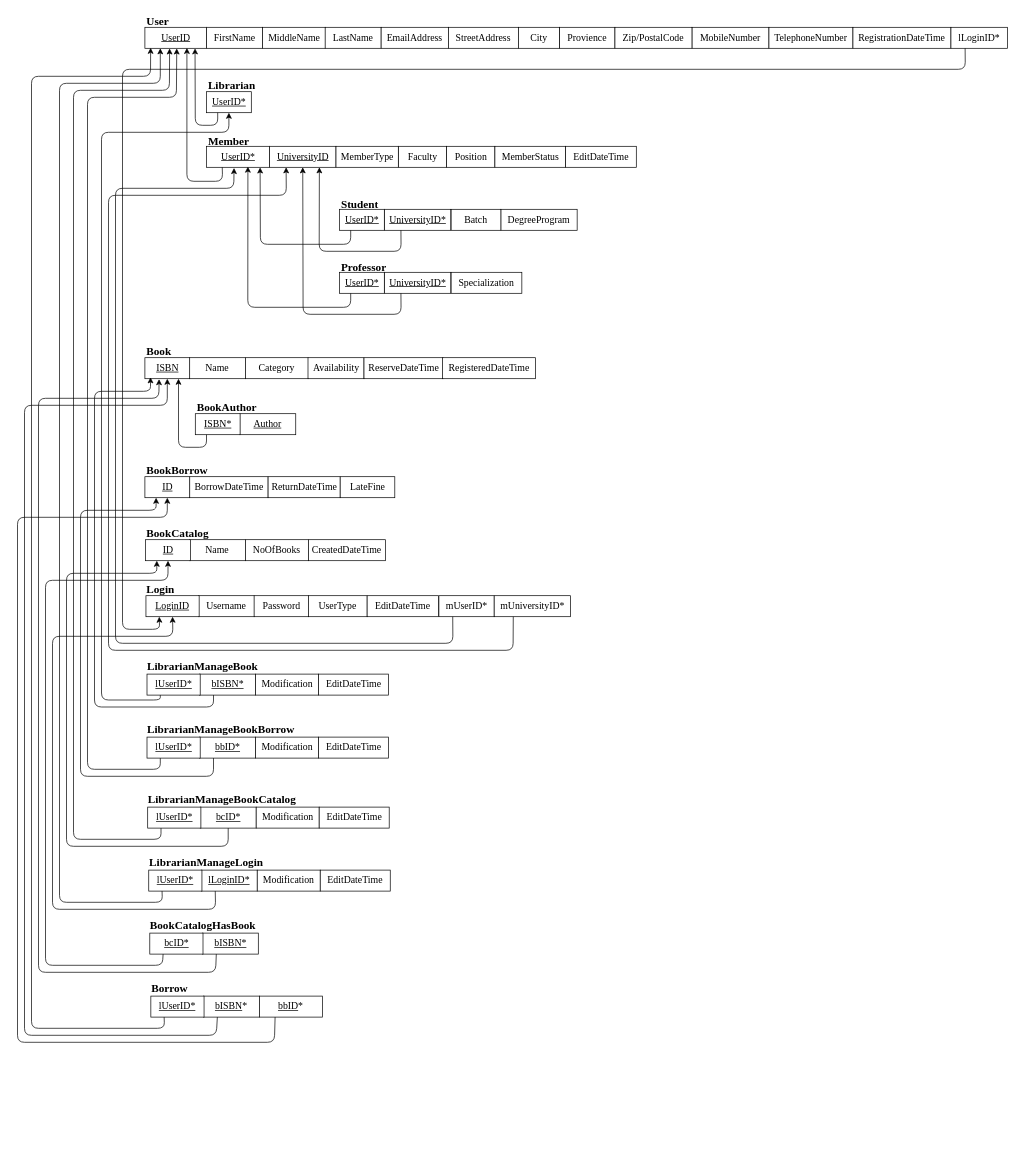
This is Documentation/Database/2.RelationalMapping/lsulibraryDB_RelationalMapping.drawio from hvlhasanka/Pearson_HND_Computing_Y1S2-Unit10_Web_Design_and_Development, a draw.io file, before an edit. Source tidied: cells renumbered, new cells numbered last; positions are measured from the earlier drawing's top-left corner, leaving out a move shared by most shapes. Both pictures are drawn from the tidied source at 70%, with x=0, y=0 at pixel (17, 12).
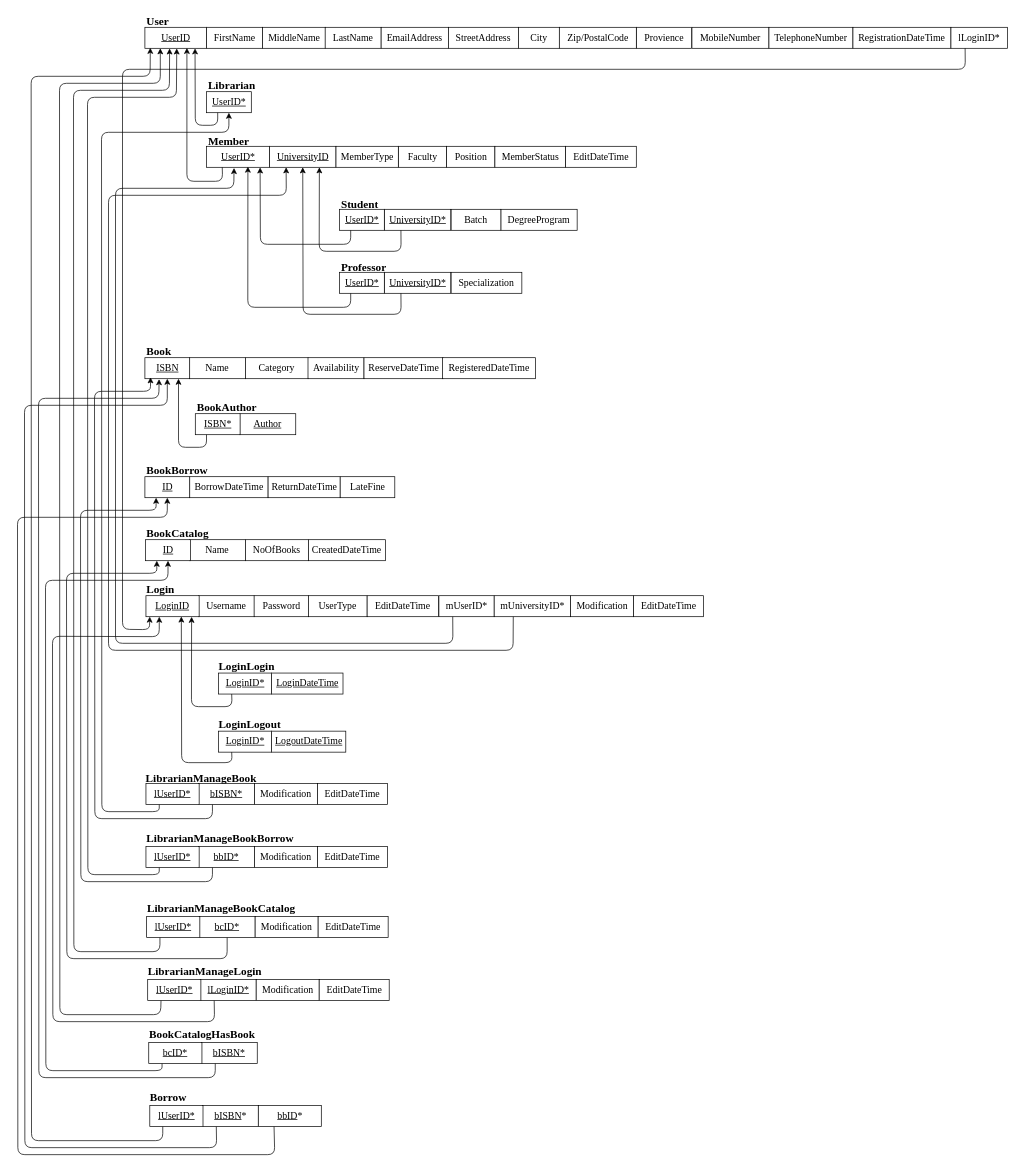
The same page after the edit.

The change refers to these unchanged cells:
```xml
<mxCell id="8" value="UserID" style="rounded=0;whiteSpace=wrap;html=1;fontSize=14;fontFamily=Times New Roman;fontStyle=4;" parent="1" vertex="1">
  <mxGeometry x="182.5" y="21.5" width="88" height="30" as="geometry" />
</mxCell>
<mxCell id="16" value="UserID*" style="rounded=0;whiteSpace=wrap;html=1;fontSize=14;fontFamily=Times New Roman;fontStyle=4;" parent="1" vertex="1">
  <mxGeometry x="270.5" y="113.5" width="64" height="30" as="geometry" />
</mxCell>
<mxCell id="45" value="ISBN" style="rounded=0;whiteSpace=wrap;html=1;fontSize=14;fontFamily=Times New Roman;fontStyle=4;" parent="1" vertex="1">
  <mxGeometry x="182.5" y="493.5" width="64" height="30" as="geometry" />
</mxCell>
<mxCell id="54" value="ID" style="rounded=0;whiteSpace=wrap;html=1;fontSize=14;fontFamily=Times New Roman;fontStyle=4;" parent="1" vertex="1">
  <mxGeometry x="182.5" y="663.5" width="64" height="30" as="geometry" />
</mxCell>
<mxCell id="59" value="ID" style="rounded=0;whiteSpace=wrap;html=1;fontSize=14;fontFamily=Times New Roman;fontStyle=4;" parent="1" vertex="1">
  <mxGeometry x="183.5" y="753.5" width="64" height="30" as="geometry" />
</mxCell>
<mxCell id="64" value="LoginID" style="rounded=0;whiteSpace=wrap;html=1;fontSize=14;fontFamily=Times New Roman;fontStyle=4;" parent="1" vertex="1">
  <mxGeometry x="184" y="833.5" width="76" height="30" as="geometry" />
</mxCell>
<mxCell id="67" value="lLoginID*" style="rounded=0;whiteSpace=wrap;html=1;fontSize=14;fontFamily=Times New Roman;" parent="1" vertex="1">
  <mxGeometry x="1334" y="21.5" width="81" height="30" as="geometry" />
</mxCell>
```

The edit, as a diff of the source:
```diff
@@
     <mxCell id="12" value="Provience" style="rounded=0;whiteSpace=wrap;html=1;fontSize=14;fontFamily=Times New Roman;" parent="1" vertex="1">
-      <mxGeometry x="775" y="21.5" width="79" height="30" as="geometry" />
+      <mxGeometry x="884.5" y="21.5" width="79" height="30" as="geometry" />
     </mxCell>
     <mxCell id="13" value="Zip/PostalCode" style="rounded=0;whiteSpace=wrap;html=1;fontSize=14;fontFamily=Times New Roman;" parent="1" vertex="1">
-      <mxGeometry x="854" y="21.5" width="110" height="30" as="geometry" />
+      <mxGeometry x="774.5" y="21.5" width="110" height="30" as="geometry" />
     </mxCell>
@@
-    <mxCell id="68" style="endArrow=classic;html=1;exitX=0.25;exitY=1;exitDx=0;exitDy=0;entryX=0.25;entryY=1;entryDx=0;entryDy=0;" parent="1" edge="1" source="67" target="64">
+    <mxCell id="68" style="endArrow=classic;html=1;exitX=0.25;exitY=1;exitDx=0;exitDy=0;entryX=0.072;entryY=0.998;entryDx=0;entryDy=0;entryPerimeter=0;" parent="1" edge="1" source="67" target="64">
       <mxGeometry relative="1" as="geometry">
         <Array as="points">
           <mxPoint x="1354.5" y="81.5" />
           <mxPoint x="150.5" y="81.5" />
           <mxPoint x="150.5" y="881.5" />
-          <mxPoint x="203.5" y="881.5" />
+          <mxPoint x="189" y="882" />
         </Array>
       </mxGeometry>
     </mxCell>
     <mxCell id="69" value="&lt;font face=&quot;Times New Roman&quot;&gt;LibrarianManageBook&lt;/font&gt;" style="text;html=1;align=left;verticalAlign=top;spacingTop=-4;fontSize=16;fontStyle=1;" parent="1" vertex="1">
-      <mxGeometry x="184" y="921.5" width="160" height="20" as="geometry" />
+      <mxGeometry x="181.5" y="1082" width="160" height="20" as="geometry" />
     </mxCell>
     <mxCell id="70" value="&lt;u&gt;bISBN*&lt;/u&gt;" style="rounded=0;whiteSpace=wrap;html=1;fontSize=14;fontFamily=Times New Roman;" parent="1" vertex="1">
-      <mxGeometry x="260.5" y="945.5" width="80" height="30" as="geometry" />
+      <mxGeometry x="259" y="1102" width="80" height="30" as="geometry" />
     </mxCell>
     <mxCell id="71" value="lUserID*" style="rounded=0;whiteSpace=wrap;html=1;fontSize=14;fontFamily=Times New Roman;fontStyle=4;" parent="1" vertex="1">
-      <mxGeometry x="185.5" y="945.5" width="76" height="30" as="geometry" />
+      <mxGeometry x="184" y="1102" width="76" height="30" as="geometry" />
     </mxCell>
     <mxCell id="72" value="Modification" style="rounded=0;whiteSpace=wrap;html=1;fontSize=14;fontFamily=Times New Roman;" parent="1" vertex="1">
-      <mxGeometry x="340.5" y="945.5" width="90" height="30" as="geometry" />
+      <mxGeometry x="339" y="1102" width="90" height="30" as="geometry" />
     </mxCell>
     <mxCell id="73" value="EditDateTime" style="rounded=0;whiteSpace=wrap;html=1;fontSize=14;fontFamily=Times New Roman;" parent="1" vertex="1">
-      <mxGeometry x="430.5" y="945.5" width="100" height="30" as="geometry" />
+      <mxGeometry x="429" y="1102" width="100" height="30" as="geometry" />
     </mxCell>
     <mxCell id="74" style="endArrow=classic;html=1;entryX=0.5;entryY=1;entryDx=0;entryDy=0;exitX=0.25;exitY=1;exitDx=0;exitDy=0;" parent="1" edge="1" source="71" target="16">
       <mxGeometry relative="1" as="geometry">
         <Array as="points">
-          <mxPoint x="204.5" y="982.5" />
-          <mxPoint x="120.5" y="982.5" />
+          <mxPoint x="203" y="1142" />
+          <mxPoint x="121" y="1142" />
           <mxPoint x="120.5" y="171.5" />
           <mxPoint x="302.5" y="171.5" />
         </Array>
       </mxGeometry>
     </mxCell>
     <mxCell id="75" style="endArrow=classic;html=1;exitX=0.25;exitY=1;exitDx=0;exitDy=0;entryX=0.125;entryY=0.933;entryDx=0;entryDy=0;entryPerimeter=0;" parent="1" edge="1" source="70" target="45">
       <mxGeometry relative="1" as="geometry">
         <Array as="points">
-          <mxPoint x="280.5" y="992.5" />
-          <mxPoint x="110.5" y="992.5" />
+          <mxPoint x="279" y="1152" />
+          <mxPoint x="111" y="1152" />
           <mxPoint x="110.5" y="541.5" />
           <mxPoint x="190.5" y="541.5" />
         </Array>
       </mxGeometry>
     </mxCell>
     <mxCell id="76" value="&lt;font face=&quot;Times New Roman&quot;&gt;LibrarianManageBookBorrow&lt;/font&gt;" style="text;html=1;align=left;verticalAlign=top;spacingTop=-4;fontSize=16;fontStyle=1;" parent="1" vertex="1">
-      <mxGeometry x="184" y="1011.5" width="210" height="20" as="geometry" />
+      <mxGeometry x="182.5" y="1168" width="210" height="20" as="geometry" />
     </mxCell>
     <mxCell id="77" value="&lt;u&gt;bbID*&lt;/u&gt;" style="rounded=0;whiteSpace=wrap;html=1;fontSize=14;fontFamily=Times New Roman;" parent="1" vertex="1">
-      <mxGeometry x="260.5" y="1035.5" width="80" height="30" as="geometry" />
+      <mxGeometry x="259" y="1192" width="80" height="30" as="geometry" />
     </mxCell>
     <mxCell id="78" value="lUserID*" style="rounded=0;whiteSpace=wrap;html=1;fontSize=14;fontFamily=Times New Roman;fontStyle=4;" parent="1" vertex="1">
-      <mxGeometry x="185.5" y="1035.5" width="76" height="30" as="geometry" />
+      <mxGeometry x="184" y="1192" width="76" height="30" as="geometry" />
     </mxCell>
     <mxCell id="79" value="Modification" style="rounded=0;whiteSpace=wrap;html=1;fontSize=14;fontFamily=Times New Roman;" parent="1" vertex="1">
-      <mxGeometry x="340.5" y="1035.5" width="90" height="30" as="geometry" />
+      <mxGeometry x="339" y="1192" width="90" height="30" as="geometry" />
     </mxCell>
     <mxCell id="80" value="EditDateTime" style="rounded=0;whiteSpace=wrap;html=1;fontSize=14;fontFamily=Times New Roman;" parent="1" vertex="1">
-      <mxGeometry x="430.5" y="1035.5" width="100" height="30" as="geometry" />
+      <mxGeometry x="429" y="1192" width="100" height="30" as="geometry" />
     </mxCell>
     <mxCell id="81" value="&lt;font face=&quot;Times New Roman&quot;&gt;LibrarianManageBookCatalog&lt;/font&gt;" style="text;html=1;align=left;verticalAlign=top;spacingTop=-4;fontSize=16;fontStyle=1;" parent="1" vertex="1">
-      <mxGeometry x="185" y="1111.5" width="210" height="20" as="geometry" />
+      <mxGeometry x="183.5" y="1268" width="210" height="20" as="geometry" />
     </mxCell>
     <mxCell id="82" value="&lt;u&gt;bcID*&lt;/u&gt;" style="rounded=0;whiteSpace=wrap;html=1;fontSize=14;fontFamily=Times New Roman;" parent="1" vertex="1">
-      <mxGeometry x="261.5" y="1135.5" width="80" height="30" as="geometry" />
+      <mxGeometry x="260" y="1292" width="80" height="30" as="geometry" />
     </mxCell>
     <mxCell id="83" value="lUserID*" style="rounded=0;whiteSpace=wrap;html=1;fontSize=14;fontFamily=Times New Roman;fontStyle=4;" parent="1" vertex="1">
-      <mxGeometry x="186.5" y="1135.5" width="76" height="30" as="geometry" />
+      <mxGeometry x="185" y="1292" width="76" height="30" as="geometry" />
     </mxCell>
     <mxCell id="84" value="Modification" style="rounded=0;whiteSpace=wrap;html=1;fontSize=14;fontFamily=Times New Roman;" parent="1" vertex="1">
-      <mxGeometry x="341.5" y="1135.5" width="90" height="30" as="geometry" />
+      <mxGeometry x="340" y="1292" width="90" height="30" as="geometry" />
     </mxCell>
     <mxCell id="85" value="EditDateTime" style="rounded=0;whiteSpace=wrap;html=1;fontSize=14;fontFamily=Times New Roman;" parent="1" vertex="1">
-      <mxGeometry x="431.5" y="1135.5" width="100" height="30" as="geometry" />
+      <mxGeometry x="430" y="1292" width="100" height="30" as="geometry" />
     </mxCell>
     <mxCell id="86" style="endArrow=classic;html=1;exitX=0.25;exitY=1;exitDx=0;exitDy=0;entryX=0.517;entryY=1.007;entryDx=0;entryDy=0;entryPerimeter=0;" parent="1" edge="1" source="78" target="8">
       <mxGeometry relative="1" as="geometry">
         <Array as="points">
-          <mxPoint x="204.5" y="1081.5" />
-          <mxPoint x="100.5" y="1081.5" />
+          <mxPoint x="203" y="1232" />
+          <mxPoint x="101" y="1232" />
           <mxPoint x="100.5" y="121.5" />
           <mxPoint x="227.5" y="121.5" />
         </Array>
       </mxGeometry>
     </mxCell>
     <mxCell id="87" style="endArrow=classic;html=1;exitX=0.25;exitY=1;exitDx=0;exitDy=0;entryX=0.25;entryY=1;entryDx=0;entryDy=0;" parent="1" edge="1" source="77" target="54">
       <mxGeometry relative="1" as="geometry">
         <Array as="points">
-          <mxPoint x="280.5" y="1091.5" />
-          <mxPoint x="90.5" y="1091.5" />
+          <mxPoint x="279" y="1242" />
+          <mxPoint x="91" y="1242" />
           <mxPoint x="90.5" y="711.5" />
           <mxPoint x="198.5" y="711.5" />
         </Array>
       </mxGeometry>
     </mxCell>
     <mxCell id="88" style="endArrow=classic;html=1;exitX=0.25;exitY=1;exitDx=0;exitDy=0;entryX=0.401;entryY=1.007;entryDx=0;entryDy=0;entryPerimeter=0;" parent="1" edge="1" source="83" target="8">
       <mxGeometry relative="1" as="geometry">
         <Array as="points">
-          <mxPoint x="205.5" y="1181.5" />
-          <mxPoint x="80.5" y="1181.5" />
+          <mxPoint x="204" y="1342" />
+          <mxPoint x="81" y="1342" />
           <mxPoint x="80.5" y="111.5" />
           <mxPoint x="217.5" y="111.5" />
         </Array>
       </mxGeometry>
     </mxCell>
     <mxCell id="89" style="endArrow=classic;html=1;entryX=0.25;entryY=1;entryDx=0;entryDy=0;" parent="1" edge="1" source="82" target="59">
       <mxGeometry relative="1" as="geometry">
         <Array as="points">
-          <mxPoint x="301.5" y="1191.5" />
-          <mxPoint x="70.5" y="1191.5" />
+          <mxPoint x="300" y="1352" />
+          <mxPoint x="71" y="1352" />
           <mxPoint x="70.5" y="801.5" />
           <mxPoint x="199.5" y="801.5" />
         </Array>
       </mxGeometry>
     </mxCell>
     <mxCell id="90" value="&lt;font face=&quot;Times New Roman&quot;&gt;BookCatalogHasBook&lt;/font&gt;" style="text;html=1;align=left;verticalAlign=top;spacingTop=-4;fontSize=16;fontStyle=1;" parent="1" vertex="1">
-      <mxGeometry x="188" y="1291.5" width="160" height="20" as="geometry" />
+      <mxGeometry x="186.5" y="1448" width="160" height="20" as="geometry" />
     </mxCell>
     <mxCell id="91" value="&lt;u&gt;bISBN*&lt;/u&gt;" style="rounded=0;whiteSpace=wrap;html=1;fontSize=14;fontFamily=Times New Roman;" parent="1" vertex="1">
-      <mxGeometry x="264.5" y="1315.5" width="80" height="30" as="geometry" />
+      <mxGeometry x="263" y="1472" width="80" height="30" as="geometry" />
     </mxCell>
     <mxCell id="92" value="bcID*" style="rounded=0;whiteSpace=wrap;html=1;fontSize=14;fontFamily=Times New Roman;fontStyle=4;" parent="1" vertex="1">
-      <mxGeometry x="189.5" y="1315.5" width="76" height="30" as="geometry" />
+      <mxGeometry x="188" y="1472" width="76" height="30" as="geometry" />
     </mxCell>
     <mxCell id="93" style="endArrow=classic;html=1;exitX=0.25;exitY=1;exitDx=0;exitDy=0;entryX=0.5;entryY=1;entryDx=0;entryDy=0;" parent="1" edge="1" source="92" target="59">
       <mxGeometry relative="1" as="geometry">
         <Array as="points">
-          <mxPoint x="207.5" y="1361.5" />
-          <mxPoint x="40.5" y="1361.5" />
+          <mxPoint x="207" y="1512" />
+          <mxPoint x="41" y="1512" />
           <mxPoint x="40.5" y="811.5" />
           <mxPoint x="215.5" y="811.5" />
         </Array>
       </mxGeometry>
     </mxCell>
     <mxCell id="94" style="endArrow=classic;html=1;exitX=0.25;exitY=1;exitDx=0;exitDy=0;entryX=0.316;entryY=1.022;entryDx=0;entryDy=0;entryPerimeter=0;" parent="1" edge="1" source="91" target="45">
       <mxGeometry relative="1" as="geometry">
         <Array as="points">
-          <mxPoint x="283.5" y="1371.5" />
-          <mxPoint x="30.5" y="1371.5" />
+          <mxPoint x="283" y="1522" />
+          <mxPoint x="31" y="1522" />
           <mxPoint x="30.5" y="551.5" />
           <mxPoint x="202.5" y="551.5" />
         </Array>
       </mxGeometry>
     </mxCell>
     <mxCell id="95" value="&lt;font face=&quot;Times New Roman&quot;&gt;Borrow&lt;/font&gt;" style="text;html=1;align=left;verticalAlign=top;spacingTop=-4;fontSize=16;fontStyle=1;" parent="1" vertex="1">
-      <mxGeometry x="189.5" y="1381.5" width="60" height="20" as="geometry" />
+      <mxGeometry x="188" y="1538" width="60" height="20" as="geometry" />
     </mxCell>
     <mxCell id="96" value="&lt;u&gt;bISBN&lt;/u&gt;*" style="rounded=0;whiteSpace=wrap;html=1;fontSize=14;fontFamily=Times New Roman;" parent="1" vertex="1">
-      <mxGeometry x="266" y="1405.5" width="80" height="30" as="geometry" />
+      <mxGeometry x="264.5" y="1562" width="80" height="30" as="geometry" />
     </mxCell>
     <mxCell id="97" value="lUserID*" style="rounded=0;whiteSpace=wrap;html=1;fontSize=14;fontFamily=Times New Roman;fontStyle=4;" parent="1" vertex="1">
-      <mxGeometry x="191" y="1405.5" width="76" height="30" as="geometry" />
+      <mxGeometry x="189.5" y="1562" width="76" height="30" as="geometry" />
     </mxCell>
     <mxCell id="98" value="&lt;u&gt;bbID&lt;/u&gt;*" style="rounded=0;whiteSpace=wrap;html=1;fontSize=14;fontFamily=Times New Roman;" parent="1" vertex="1">
-      <mxGeometry x="346" y="1405.5" width="90" height="30" as="geometry" />
+      <mxGeometry x="344.5" y="1562" width="90" height="30" as="geometry" />
     </mxCell>
-    <mxCell id="99" style="endArrow=classic;html=1;exitX=0.25;exitY=1;exitDx=0;exitDy=0;entryX=0.093;entryY=0.976;entryDx=0;entryDy=0;entryPerimeter=0;" parent="1" edge="1" source="97" target="8">
+    <mxCell id="99" style="endArrow=classic;html=1;exitX=0.25;exitY=1;exitDx=0;exitDy=0;entryX=0.093;entryY=0.976;entryDx=0;entryDy=0;entryPerimeter=0;" parent="1" edge="1">
       <mxGeometry relative="1" as="geometry">
+        <mxPoint x="208" y="1592" as="sourcePoint" />
+        <mxPoint x="190.2" y="50.8" as="targetPoint" />
         <Array as="points">
-          <mxPoint x="210.5" y="1451.5" />
-          <mxPoint x="20.5" y="1451.5" />
-          <mxPoint x="20.5" y="91.5" />
-          <mxPoint x="190.5" y="91.5" />
+          <mxPoint x="208" y="1612" />
+          <mxPoint x="20.5" y="1612" />
+          <mxPoint x="20" y="91.5" />
+          <mxPoint x="190" y="91.5" />
         </Array>
       </mxGeometry>
     </mxCell>
     <mxCell id="100" style="endArrow=classic;html=1;exitX=0.25;exitY=1;exitDx=0;exitDy=0;entryX=0.5;entryY=1;entryDx=0;entryDy=0;" parent="1" edge="1" source="96" target="45">
       <mxGeometry relative="1" as="geometry">
         <Array as="points">
-          <mxPoint x="284.5" y="1461.5" />
-          <mxPoint x="10.5" y="1461.5" />
+          <mxPoint x="285" y="1622" />
+          <mxPoint x="11" y="1622" />
           <mxPoint x="10.5" y="561.5" />
           <mxPoint x="214.5" y="561.5" />
         </Array>
       </mxGeometry>
     </mxCell>
     <mxCell id="101" style="endArrow=classic;html=1;exitX=0.25;exitY=1;exitDx=0;exitDy=0;entryX=0.5;entryY=1;entryDx=0;entryDy=0;" parent="1" edge="1" source="98" target="54">
       <mxGeometry relative="1" as="geometry">
         <Array as="points">
-          <mxPoint x="367.5" y="1471.5" />
-          <mxPoint x="0.5" y="1471.5" />
+          <mxPoint x="368" y="1632" />
+          <mxPoint x="1" y="1632" />
           <mxPoint x="0.5" y="721.5" />
           <mxPoint x="214.5" y="721.5" />
         </Array>
       </mxGeometry>
     </mxCell>
     <mxCell id="102" value="&lt;font face=&quot;Times New Roman&quot;&gt;LibrarianManageLogin&lt;/font&gt;" style="text;html=1;align=left;verticalAlign=top;spacingTop=-4;fontSize=16;fontStyle=1;" parent="1" vertex="1">
-      <mxGeometry x="186.5" y="1201.5" width="160" height="20" as="geometry" />
+      <mxGeometry x="185" y="1358" width="160" height="20" as="geometry" />
     </mxCell>
     <mxCell id="103" value="&lt;u&gt;lLoginID*&lt;/u&gt;" style="rounded=0;whiteSpace=wrap;html=1;fontSize=14;fontFamily=Times New Roman;" parent="1" vertex="1">
-      <mxGeometry x="263" y="1225.5" width="80" height="30" as="geometry" />
+      <mxGeometry x="261.5" y="1382" width="80" height="30" as="geometry" />
     </mxCell>
     <mxCell id="104" value="lUserID*" style="rounded=0;whiteSpace=wrap;html=1;fontSize=14;fontFamily=Times New Roman;fontStyle=4;" parent="1" vertex="1">
-      <mxGeometry x="188" y="1225.5" width="76" height="30" as="geometry" />
+      <mxGeometry x="186.5" y="1382" width="76" height="30" as="geometry" />
     </mxCell>
     <mxCell id="105" value="Modification" style="rounded=0;whiteSpace=wrap;html=1;fontSize=14;fontFamily=Times New Roman;" parent="1" vertex="1">
-      <mxGeometry x="343" y="1225.5" width="90" height="30" as="geometry" />
+      <mxGeometry x="341.5" y="1382" width="90" height="30" as="geometry" />
     </mxCell>
     <mxCell id="106" value="EditDateTime" style="rounded=0;whiteSpace=wrap;html=1;fontSize=14;fontFamily=Times New Roman;" parent="1" vertex="1">
-      <mxGeometry x="433" y="1225.5" width="100" height="30" as="geometry" />
+      <mxGeometry x="431.5" y="1382" width="100" height="30" as="geometry" />
     </mxCell>
@@
     <mxCell id="111" style="endArrow=classic;html=1;exitX=0.25;exitY=1;exitDx=0;exitDy=0;entryX=0.25;entryY=1;entryDx=0;entryDy=0;" parent="1" edge="1" source="104" target="8">
       <mxGeometry relative="1" as="geometry">
         <Array as="points">
-          <mxPoint x="207.5" y="1271.5" />
-          <mxPoint x="60.5" y="1271.5" />
+          <mxPoint x="205" y="1432" />
+          <mxPoint x="61" y="1432" />
           <mxPoint x="60.5" y="101.5" />
           <mxPoint x="204.5" y="101.5" />
         </Array>
       </mxGeometry>
     </mxCell>
-    <mxCell id="112" style="endArrow=classic;html=1;exitX=0.25;exitY=1;exitDx=0;exitDy=0;entryX=0.5;entryY=1;entryDx=0;entryDy=0;" parent="1" edge="1" source="103" target="64">
+    <mxCell id="112" style="endArrow=classic;html=1;exitX=0.25;exitY=1;exitDx=0;exitDy=0;entryX=0.25;entryY=1;entryDx=0;entryDy=0;" parent="1" edge="1" source="103" target="64">
       <mxGeometry relative="1" as="geometry">
         <Array as="points">
-          <mxPoint x="283.5" y="1281.5" />
-          <mxPoint x="50.5" y="1281.5" />
+          <mxPoint x="282" y="1442" />
+          <mxPoint x="51" y="1442" />
           <mxPoint x="50.5" y="891.5" />
-          <mxPoint x="222.5" y="891.5" />
+          <mxPoint x="203" y="892" />
         </Array>
       </mxGeometry>
     </mxCell>
+    <mxCell id="113" value="LoginDateTime" style="rounded=0;whiteSpace=wrap;html=1;fontSize=14;fontFamily=Times New Roman;fontStyle=4;" parent="1" vertex="1">
+      <mxGeometry x="363.5" y="944" width="102" height="30" as="geometry" />
+    </mxCell>
+    <mxCell id="114" value="LogoutDateTime" style="rounded=0;whiteSpace=wrap;html=1;fontSize=14;fontFamily=Times New Roman;fontStyle=4;" parent="1" vertex="1">
+      <mxGeometry x="363.5" y="1027" width="106" height="30" as="geometry" />
+    </mxCell>
+    <mxCell id="115" value="&lt;font face=&quot;Times New Roman&quot;&gt;LoginLogin&lt;/font&gt;" style="text;html=1;align=left;verticalAlign=top;spacingTop=-4;fontSize=16;fontStyle=1;" parent="1" vertex="1">
+      <mxGeometry x="286" y="922" width="90" height="20" as="geometry" />
+    </mxCell>
+    <mxCell id="116" value="LoginID*" style="rounded=0;whiteSpace=wrap;html=1;fontSize=14;fontFamily=Times New Roman;fontStyle=4;" parent="1" vertex="1">
+      <mxGeometry x="287.5" y="944" width="76" height="30" as="geometry" />
+    </mxCell>
+    <mxCell id="117" value="&lt;font face=&quot;Times New Roman&quot;&gt;LoginLogout&lt;/font&gt;" style="text;html=1;align=left;verticalAlign=top;spacingTop=-4;fontSize=16;fontStyle=1;" parent="1" vertex="1">
+      <mxGeometry x="286" y="1005" width="100" height="20" as="geometry" />
+    </mxCell>
+    <mxCell id="118" value="LoginID*" style="rounded=0;whiteSpace=wrap;html=1;fontSize=14;fontFamily=Times New Roman;fontStyle=4;" parent="1" vertex="1">
+      <mxGeometry x="287.5" y="1027" width="76" height="30" as="geometry" />
+    </mxCell>
+    <mxCell id="119" style="endArrow=classic;html=1;entryX=0.858;entryY=1.006;entryDx=0;entryDy=0;entryPerimeter=0;exitX=0.25;exitY=1;exitDx=0;exitDy=0;" parent="1" edge="1" source="116" target="64">
+      <mxGeometry relative="1" as="geometry">
+        <Array as="points">
+          <mxPoint x="307" y="992" />
+          <mxPoint x="249" y="992" />
+        </Array>
+      </mxGeometry>
+    </mxCell>
+    <mxCell id="120" style="endArrow=classic;html=1;entryX=0.665;entryY=0.991;entryDx=0;entryDy=0;entryPerimeter=0;exitX=0.25;exitY=1;exitDx=0;exitDy=0;" parent="1" edge="1" source="118" target="64">
+      <mxGeometry relative="1" as="geometry">
+        <Array as="points">
+          <mxPoint x="307" y="1072" />
+          <mxPoint x="235" y="1072" />
+        </Array>
+      </mxGeometry>
+    </mxCell>
+    <mxCell id="121" value="Modification" style="rounded=0;whiteSpace=wrap;html=1;fontSize=14;fontFamily=Times New Roman;" parent="1" vertex="1">
+      <mxGeometry x="790.5" y="833.5" width="90" height="30" as="geometry" />
+    </mxCell>
+    <mxCell id="122" value="EditDateTime" style="rounded=0;whiteSpace=wrap;html=1;fontSize=14;fontFamily=Times New Roman;" parent="1" vertex="1">
+      <mxGeometry x="880.5" y="833.5" width="100" height="30" as="geometry" />
+    </mxCell>
```
